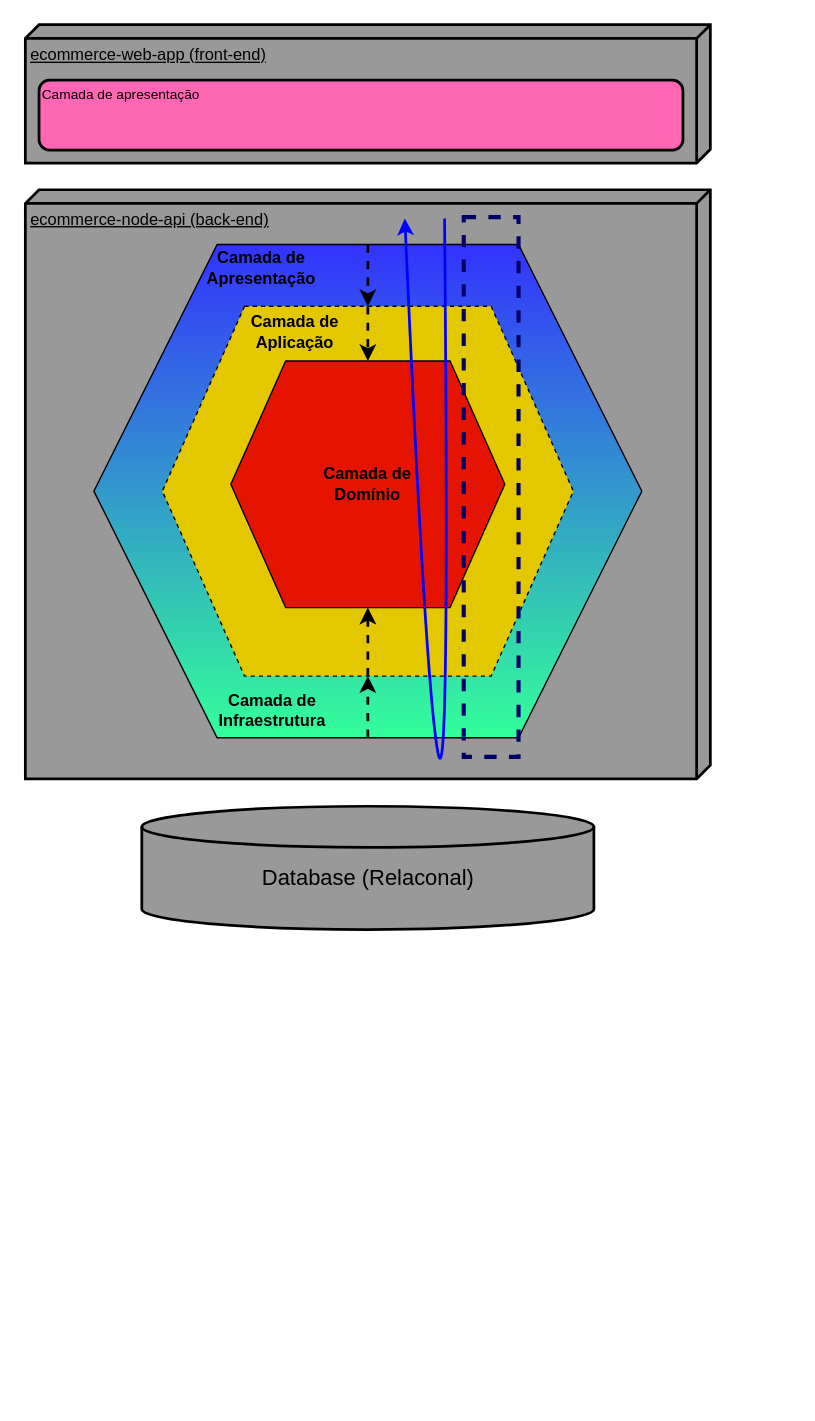
Miguelstoss/ecommerce-node-api keeps this draw.io diagram as page "Arquitetura Hexagonal" (2 of 2) of requirements/ecommerce-arquitetura.drawio. Above is the earlier version. Source tidied: cells renumbered, new cells numbered last; positions are measured from the earlier drawing's top-left corner, leaving out a move shared by most shapes. Both pictures are drawn from the tidied source at 137%, with x=0, y=0 at pixel (25, 25).
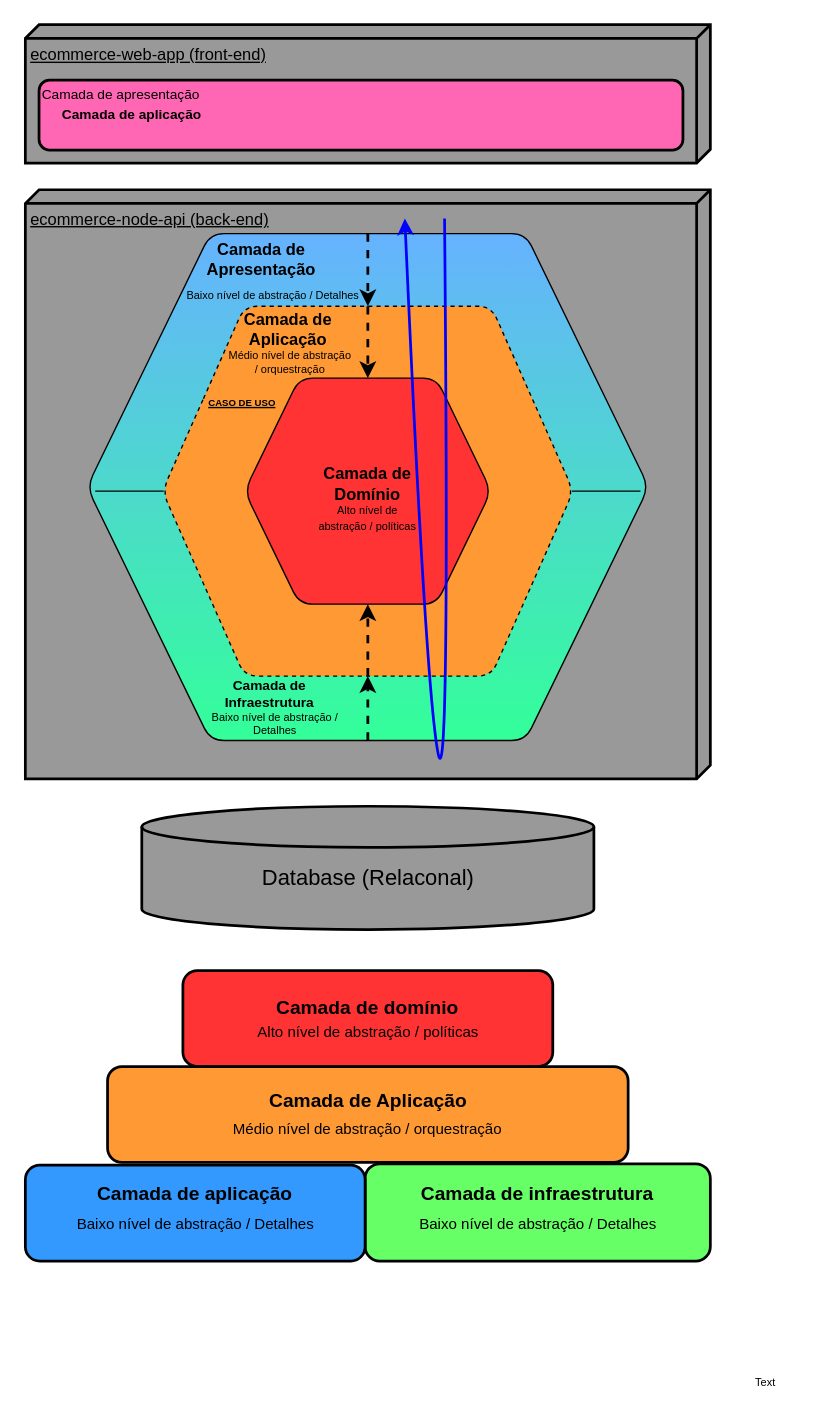
Above is the later version.

What changed in the source:
```diff
@@
     <mxCell id="8" style="edgeStyle=none;html=1;exitX=0.25;exitY=1;exitDx=0;exitDy=0;entryX=0.25;entryY=0;entryDx=0;entryDy=0;dashed=1;strokeColor=#000000;strokeWidth=2;fontSize=8;fontColor=#000000;" parent="1" edge="1">
       <mxGeometry relative="1" as="geometry">
-        <mxPoint x="267.5" y="339" as="sourcePoint" />
+        <mxPoint x="267.5" y="313" as="sourcePoint" />
       </mxGeometry>
     </mxCell>
-    <mxCell id="9" style="shape=hexagon;perimeter=hexagonPerimeter2;whiteSpace=wrap;html=1;fixedSize=1;fontColor=#000000;fillColor=#3333FF;gradientColor=#33FF99;strokeColor=#000000;size=90;" parent="1" vertex="1">
-      <mxGeometry x="50" y="160" width="400" height="360" as="geometry" />
+    <mxCell id="9" style="shape=hexagon;perimeter=hexagonPerimeter2;whiteSpace=wrap;html=1;fixedSize=1;fontColor=#000000;fillColor=#66B2FF;gradientColor=#33FF99;strokeColor=#000000;size=90;rounded=1;" parent="1" vertex="1">
+      <mxGeometry x="45" y="152" width="410" height="370" as="geometry" />
     </mxCell>
-    <mxCell id="10" style="shape=hexagon;perimeter=hexagonPerimeter2;whiteSpace=wrap;html=1;fixedSize=1;fontColor=#000000;fillColor=#e3c800;strokeColor=#000000;dashed=1;size=60;" parent="1" vertex="1">
+    <mxCell id="10" style="shape=hexagon;perimeter=hexagonPerimeter2;whiteSpace=wrap;html=1;fixedSize=1;fontColor=#000000;fillColor=#FF9933;strokeColor=#000000;dashed=1;size=60;rounded=1;" parent="1" vertex="1">
       <mxGeometry x="100" y="205" width="300" height="270" as="geometry" />
     </mxCell>
     <mxCell id="11" value="&lt;font color=&quot;#000000&quot;&gt;Camada de Aplicação&lt;/font&gt;" style="text;html=1;align=center;verticalAlign=middle;whiteSpace=wrap;rounded=0;fontStyle=1;" parent="1" vertex="1">
-      <mxGeometry x="162.5" y="214" width="67.5" height="20" as="geometry" />
+      <mxGeometry x="157.5" y="212" width="67.5" height="20" as="geometry" />
     </mxCell>
-    <mxCell id="12" style="shape=hexagon;perimeter=hexagonPerimeter2;whiteSpace=wrap;html=1;fixedSize=1;fontColor=#ffffff;fillColor=#e51400;strokeColor=#000000;size=40;" parent="1" vertex="1">
-      <mxGeometry x="150" y="245" width="200" height="180" as="geometry" />
+    <mxCell id="12" style="shape=hexagon;perimeter=hexagonPerimeter2;whiteSpace=wrap;html=1;fixedSize=1;fontColor=#ffffff;fillColor=#FF3333;strokeColor=#000000;size=40;rounded=1;" parent="1" vertex="1">
+      <mxGeometry x="160" y="257.5" width="180" height="165" as="geometry" />
     </mxCell>
@@
     <mxCell id="14" value="&lt;font color=&quot;#000000&quot;&gt;Camada de Apresentação&lt;/font&gt;" style="text;html=1;align=center;verticalAlign=middle;whiteSpace=wrap;rounded=0;fontStyle=1;" parent="1" vertex="1">
-      <mxGeometry x="130" y="167" width="84.5" height="20" as="geometry" />
+      <mxGeometry x="130" y="161" width="84.5" height="20" as="geometry" />
     </mxCell>
-    <mxCell id="15" value="&lt;font color=&quot;#000000&quot;&gt;Camada de Infraestrutura&lt;/font&gt;" style="text;html=1;align=center;verticalAlign=middle;whiteSpace=wrap;rounded=0;fontStyle=1;" parent="1" vertex="1">
-      <mxGeometry x="137" y="490" width="86.5" height="20" as="geometry" />
+    <mxCell id="15" value="&lt;font color=&quot;#000000&quot; style=&quot;font-size: 10px;&quot;&gt;Camada de Infraestrutura&lt;/font&gt;" style="text;html=1;align=center;verticalAlign=middle;whiteSpace=wrap;rounded=0;fontStyle=1;fontSize=10;" parent="1" vertex="1">
+      <mxGeometry x="135" y="478" width="86.5" height="20" as="geometry" />
     </mxCell>
@@
-    <mxCell id="21" style="rounded=0;whiteSpace=wrap;html=1;dashed=1;strokeColor=#000066;fontSize=11;fontColor=#000000;fillColor=none;gradientColor=#33FF99;strokeWidth=3;" parent="1" vertex="1">
-      <mxGeometry x="320" y="140" width="40" height="394" as="geometry" />
-    </mxCell>
+    <mxCell id="22" value="&lt;font style=&quot;font-size: 10px;&quot;&gt;&lt;b&gt;Camada de aplicação&lt;/b&gt;&lt;/font&gt;" style="text;html=1;strokeColor=none;fillColor=none;align=center;verticalAlign=middle;whiteSpace=wrap;rounded=0;strokeWidth=2;fontColor=#000000;" parent="1" vertex="1">
+      <mxGeometry x="24" y="55" width="108" height="20" as="geometry" />
+    </mxCell>
+    <mxCell id="23" value="&lt;font style=&quot;font-size: 8px;&quot;&gt;Alto nível de abstração / políticas&lt;/font&gt;" style="text;html=1;strokeColor=none;fillColor=none;align=center;verticalAlign=middle;whiteSpace=wrap;rounded=0;strokeWidth=2;fontSize=10;fontColor=#000000;" parent="1" vertex="1">
+      <mxGeometry x="213.1" y="353" width="73.8" height="11" as="geometry" />
+    </mxCell>
+    <mxCell id="24" value="&lt;font style=&quot;font-size: 8px;&quot;&gt;Médio nível de abstração / orquestração&lt;/font&gt;" style="text;html=1;strokeColor=none;fillColor=none;align=center;verticalAlign=middle;whiteSpace=wrap;rounded=0;strokeWidth=2;fontSize=8;fontColor=#000000;" parent="1" vertex="1">
+      <mxGeometry x="147" y="240" width="93" height="11" as="geometry" />
+    </mxCell>
+    <mxCell id="25" value="&lt;span style=&quot;font-size: 8px;&quot;&gt;Baixo nível de abstração / Detalhes&lt;/span&gt;" style="text;html=1;strokeColor=none;fillColor=none;align=center;verticalAlign=middle;whiteSpace=wrap;rounded=0;strokeWidth=2;fontSize=8;fontColor=#000000;" parent="1" vertex="1">
+      <mxGeometry x="123.5" y="501" width="116.5" height="17" as="geometry" />
+    </mxCell>
+    <mxCell id="26" value="&lt;font style=&quot;font-size: 8px;&quot;&gt;Baixo nível de abstração / Detalhes&lt;/font&gt;" style="text;html=1;strokeColor=none;fillColor=none;align=center;verticalAlign=middle;whiteSpace=wrap;rounded=0;strokeWidth=2;fontSize=8;fontColor=#000000;" parent="1" vertex="1">
+      <mxGeometry x="114" y="190" width="134" height="13" as="geometry" />
+    </mxCell>
+    <mxCell id="27" style="edgeStyle=none;html=1;exitX=0;exitY=0.5;exitDx=0;exitDy=0;fontSize=7;fontColor=#000000;strokeColor=#000000;endArrow=none;endFill=0;" parent="1" edge="1">
+      <mxGeometry relative="1" as="geometry">
+        <mxPoint x="51" y="340" as="sourcePoint" />
+        <mxPoint x="101" y="340" as="targetPoint" />
+      </mxGeometry>
+    </mxCell>
+    <mxCell id="28" style="edgeStyle=none;html=1;exitX=1;exitY=0.5;exitDx=0;exitDy=0;strokeColor=#000000;strokeWidth=1;fontSize=7;fontColor=#000000;endArrow=none;endFill=0;" parent="1" edge="1">
+      <mxGeometry relative="1" as="geometry">
+        <mxPoint x="449" y="340" as="sourcePoint" />
+        <mxPoint x="399" y="340" as="targetPoint" />
+      </mxGeometry>
+    </mxCell>
+    <mxCell id="29" value="&lt;font style=&quot;font-size: 7px;&quot;&gt;&lt;b&gt;&lt;u&gt;CASO DE USO&lt;/u&gt;&lt;/b&gt;&lt;/font&gt;" style="text;html=1;strokeColor=none;fillColor=none;align=left;verticalAlign=middle;whiteSpace=wrap;rounded=0;strokeWidth=2;fontSize=7;fontColor=#000000;" parent="1" vertex="1">
+      <mxGeometry x="132" y="270" width="51.2" height="11" as="geometry" />
+    </mxCell>
+    <mxCell id="30" style="rounded=1;whiteSpace=wrap;html=1;strokeWidth=2;fillColor=#FF3333;" parent="1" vertex="1">
+      <mxGeometry x="115" y="690" width="270" height="70" as="geometry" />
+    </mxCell>
+    <mxCell id="31" value="&lt;font style=&quot;font-size: 14px;&quot;&gt;&lt;b style=&quot;font-size: 14px;&quot;&gt;Camada de domínio&lt;/b&gt;&lt;/font&gt;" style="text;html=1;strokeColor=none;fillColor=none;align=center;verticalAlign=middle;whiteSpace=wrap;rounded=0;strokeWidth=2;fontColor=#000000;fontSize=14;" parent="1" vertex="1">
+      <mxGeometry x="181.2" y="707.2" width="137.5" height="20" as="geometry" />
+    </mxCell>
+    <mxCell id="32" style="rounded=1;whiteSpace=wrap;html=1;strokeWidth=2;fillColor=#66FF66;" parent="1" vertex="1">
+      <mxGeometry x="248" y="831" width="252" height="71" as="geometry" />
+    </mxCell>
+    <mxCell id="33" value="&lt;font style=&quot;font-size: 14px;&quot;&gt;&lt;b style=&quot;font-size: 14px;&quot;&gt;Camada de infraestrutura&lt;/b&gt;&lt;/font&gt;" style="text;html=1;strokeColor=none;fillColor=none;align=center;verticalAlign=middle;whiteSpace=wrap;rounded=0;strokeWidth=2;fontColor=#000000;fontSize=14;" parent="1" vertex="1">
+      <mxGeometry x="278" y="843" width="192" height="20" as="geometry" />
+    </mxCell>
+    <mxCell id="34" style="rounded=1;whiteSpace=wrap;html=1;strokeWidth=2;fillColor=#3399FF;" parent="1" vertex="1">
+      <mxGeometry y="832" width="248" height="70" as="geometry" />
+    </mxCell>
+    <mxCell id="35" value="&lt;font style=&quot;font-size: 14px;&quot;&gt;&lt;b style=&quot;font-size: 14px;&quot;&gt;Camada de aplicação&lt;/b&gt;&lt;/font&gt;" style="text;html=1;strokeColor=none;fillColor=none;align=center;verticalAlign=middle;whiteSpace=wrap;rounded=0;strokeWidth=2;fontColor=#000000;fontSize=14;" parent="1" vertex="1">
+      <mxGeometry x="48.2" y="843" width="151.5" height="20" as="geometry" />
+    </mxCell>
+    <mxCell id="36" style="rounded=1;whiteSpace=wrap;html=1;strokeWidth=2;fillColor=#FF9933;" parent="1" vertex="1">
+      <mxGeometry x="60" y="760" width="380" height="70" as="geometry" />
+    </mxCell>
+    <mxCell id="37" value="&lt;font style=&quot;font-size: 14px;&quot;&gt;&lt;b style=&quot;font-size: 14px;&quot;&gt;Camada de Aplicação&lt;/b&gt;&lt;/font&gt;" style="text;html=1;strokeColor=none;fillColor=none;align=center;verticalAlign=middle;whiteSpace=wrap;rounded=0;strokeWidth=2;fontColor=#000000;fontSize=14;" parent="1" vertex="1">
+      <mxGeometry x="175.5" y="780" width="149" height="10" as="geometry" />
+    </mxCell>
+    <mxCell id="38" value="&lt;font style=&quot;font-size: 11px;&quot;&gt;Alto nível de abstração / políticas&lt;/font&gt;" style="text;html=1;strokeColor=none;fillColor=none;align=center;verticalAlign=middle;whiteSpace=wrap;rounded=0;strokeWidth=2;fontSize=11;fontColor=#000000;" parent="1" vertex="1">
+      <mxGeometry x="163.8" y="727.2" width="172.5" height="15.5" as="geometry" />
+    </mxCell>
+    <mxCell id="39" value="&lt;span style=&quot;font-size: 11px;&quot;&gt;Baixo nível de abstração / Detalhes&lt;/span&gt;" style="text;html=1;strokeColor=none;fillColor=none;align=center;verticalAlign=middle;whiteSpace=wrap;rounded=0;strokeWidth=2;fontSize=11;fontColor=#000000;" parent="1" vertex="1">
+      <mxGeometry x="282.5" y="866.5" width="183" height="17" as="geometry" />
+    </mxCell>
+    <mxCell id="40" value="&lt;font style=&quot;font-size: 11px;&quot;&gt;Baixo nível de abstração / Detalhes&lt;/font&gt;" style="text;html=1;strokeColor=none;fillColor=none;align=center;verticalAlign=middle;whiteSpace=wrap;rounded=0;strokeWidth=2;fontSize=11;fontColor=#000000;" parent="1" vertex="1">
+      <mxGeometry x="35.8" y="870" width="176.5" height="10" as="geometry" />
+    </mxCell>
+    <mxCell id="41" value="&lt;font style=&quot;font-size: 11px;&quot;&gt;Médio nível de abstração / orquestração&lt;/font&gt;" style="text;html=1;strokeColor=none;fillColor=none;align=center;verticalAlign=middle;whiteSpace=wrap;rounded=0;strokeWidth=2;fontSize=11;fontColor=#000000;" parent="1" vertex="1">
+      <mxGeometry x="140" y="800" width="220" height="11" as="geometry" />
+    </mxCell>
+    <mxCell id="42" value="Text" style="text;html=1;align=center;verticalAlign=middle;strokeColor=none;fillColor=none;fontSize=8;fontColor=#000000;rounded=1;" parent="1" vertex="1">
+      <mxGeometry x="520" y="981" width="40" height="20" as="geometry" />
+    </mxCell>
```
